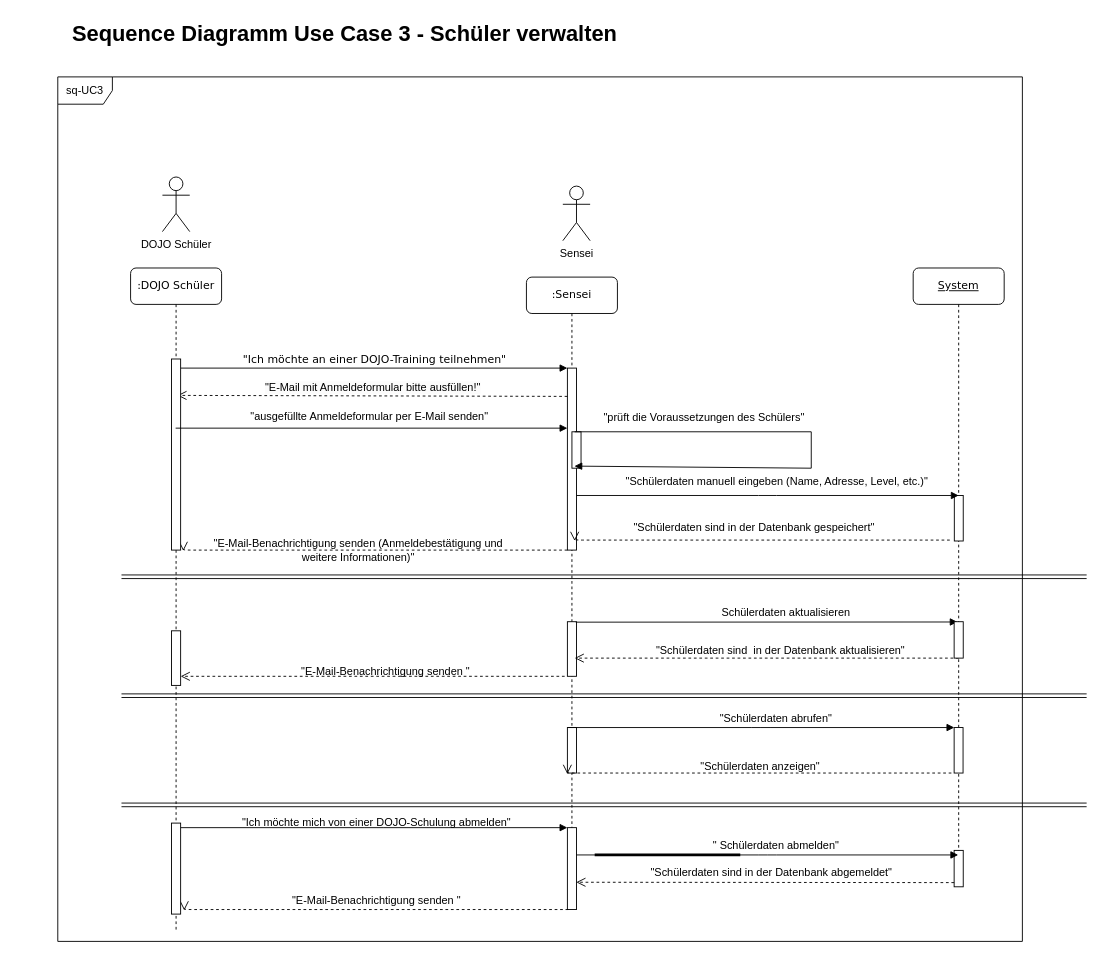
Before: Sequence Diagramm Use Case 3 - Schüler verwalten.drawio in Mikomy/Softwaremanagement-1, a draw.io diagram. Source tidied: cells renumbered, new cells numbered last; positions are measured from the earlier drawing's top-left corner, leaving out a move shared by most shapes. Both pictures are drawn from the tidied source at 91%, with x=0, y=0 at pixel (57, 15).
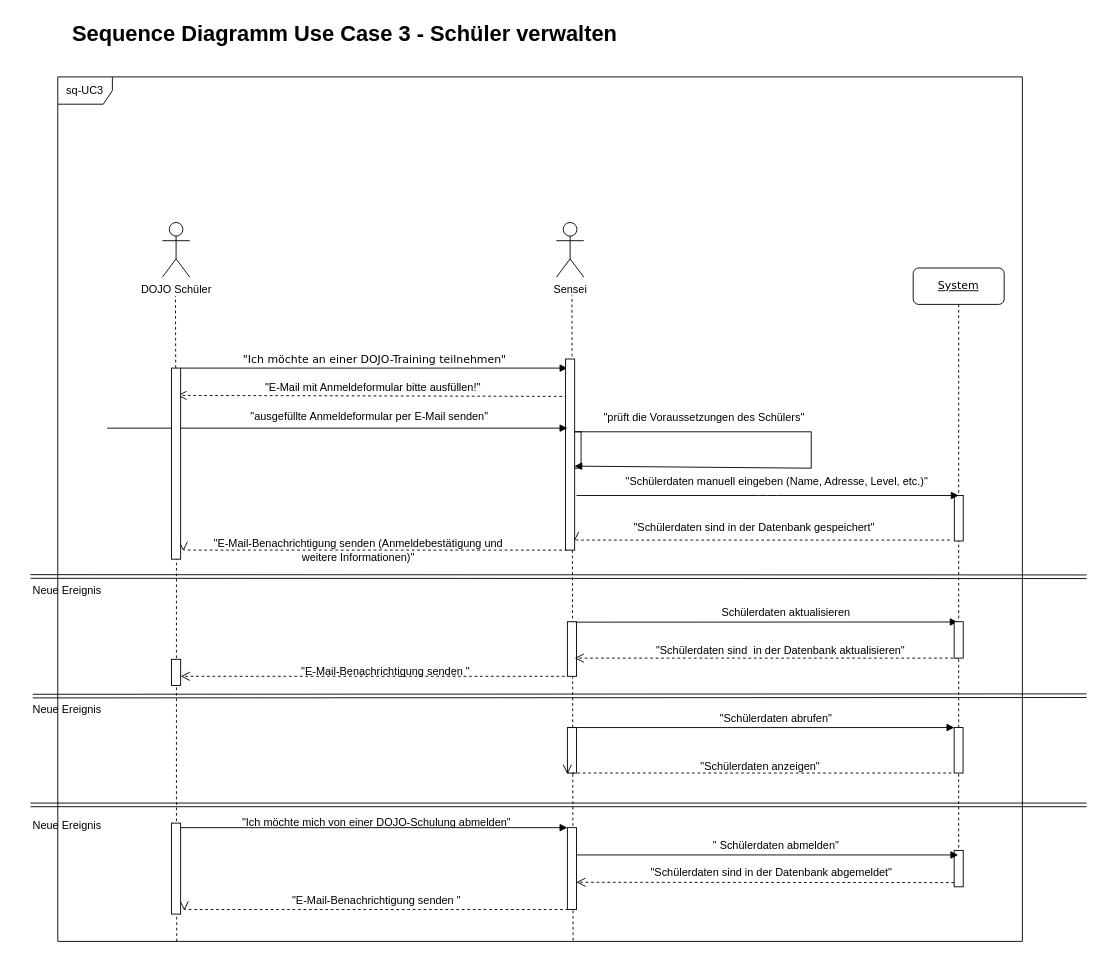
After the change.

The change refers to these unchanged cells:
```xml
<mxCell id="4" style="group;" parent="1" vertex="1">
  <mxGeometry x="490" y="127" width="512" height="830" as="geometry" />
</mxCell>
```

Change to the diagram source:
```diff
@@
-    <mxCell id="3" value="&quot;Ich möchte an einer DOJO-Training teilnehmen&quot;" style="html=1;verticalAlign=bottom;endArrow=block;entryX=0;entryY=0;labelBackgroundColor=none;fontFamily=Verdana;fontSize=12;edgeStyle=elbowEdgeStyle;elbow=vertical;" parent="1" edge="1" target="6">
+    <mxCell id="3" value="&quot;Ich möchte an einer DOJO-Training teilnehmen&quot;" style="html=1;verticalAlign=bottom;endArrow=block;entryX=0;entryY=0;labelBackgroundColor=none;fontFamily=Verdana;fontSize=12;edgeStyle=elbowEdgeStyle;elbow=vertical;" parent="1" edge="1">
       <mxGeometry relative="1" as="geometry">
         <mxPoint x="135" y="387" as="sourcePoint" />
+        <mxPoint x="560" y="387" as="targetPoint" />
       </mxGeometry>
     </mxCell>
@@
-    <mxCell id="5" value=":Sensei" style="shape=umlLifeline;perimeter=lifelinePerimeter;whiteSpace=wrap;html=1;rounded=1;shadow=0;comic=0;labelBackgroundColor=none;strokeWidth=1;fontFamily=Verdana;fontSize=12;align=center;" parent="4" vertex="1">
-      <mxGeometry x="25" y="160" width="100" height="660" as="geometry" />
-    </mxCell>
-    <mxCell id="6" style="html=1;points=[];perimeter=orthogonalPerimeter;rounded=0;shadow=0;comic=0;labelBackgroundColor=none;strokeWidth=1;fontFamily=Verdana;fontSize=12;align=center;" parent="5" vertex="1">
-      <mxGeometry x="45" y="100" width="10" height="200" as="geometry" />
-    </mxCell>
+    <mxCell id="60" style="endArrow=none;dashed=1;html=1;rounded=0;exitX=0.539;exitY=0.999;exitDx=0;exitDy=0;exitPerimeter=0;" parent="4" edge="1">
+      <mxGeometry relative="1" as="geometry">
+        <mxPoint x="76.3" y="889.1" as="sourcePoint" />
+        <mxPoint x="75" y="180" as="targetPoint" />
+      </mxGeometry>
+    </mxCell>
     <mxCell id="7" style="group;" parent="4" vertex="1">
-      <mxGeometry y="-20" width="160" height="140" as="geometry" />
+      <mxGeometry x="-7" y="10" width="160" height="140" as="geometry" />
     </mxCell>
     <mxCell id="8" value="Sensei" style="shape=umlActor;verticalLabelPosition=bottom;verticalAlign=top;html=1;" parent="7" vertex="1">
-      <mxGeometry x="65" y="80" width="30" height="60" as="geometry" />
+      <mxGeometry x="65" y="90" width="30" height="60" as="geometry" />
     </mxCell>
@@
-    <mxCell id="14" style="html=1;points=[];perimeter=orthogonalPerimeter;rounded=0;shadow=0;comic=0;labelBackgroundColor=none;strokeWidth=1;fontFamily=Verdana;fontSize=12;align=center;" parent="4" vertex="1">
-      <mxGeometry x="75" y="330" width="10" height="40" as="geometry" />
-    </mxCell>
@@
-    <mxCell id="37" style="endArrow=none;startArrow=none;endFill=0;startFill=0;endSize=8;html=1;verticalAlign=bottom;labelBackgroundColor=none;strokeWidth=3;rounded=0;" parent="4" edge="1">
-      <mxGeometry relative="1" as="geometry">
-        <mxPoint x="100" y="795" as="sourcePoint" />
-        <mxPoint x="260" y="795" as="targetPoint" />
-      </mxGeometry>
-    </mxCell>
@@
     <mxCell id="39" style="shape=link;html=1;rounded=0;" parent="4" edge="1">
       <mxGeometry relative="1" as="geometry">
-        <mxPoint x="-420" y="489.3" as="sourcePoint" />
+        <mxPoint x="-520" y="489" as="sourcePoint" />
         <mxPoint x="640.6" y="489.3" as="targetPoint" />
       </mxGeometry>
     </mxCell>
     <mxCell id="40" style="shape=link;html=1;rounded=0;" parent="4" edge="1">
       <mxGeometry relative="1" as="geometry">
-        <mxPoint x="-420" y="740" as="sourcePoint" />
+        <mxPoint x="-520" y="740" as="sourcePoint" />
         <mxPoint x="640.6" y="740" as="targetPoint" />
       </mxGeometry>
     </mxCell>
+    <mxCell id="14" style="html=1;points=[];perimeter=orthogonalPerimeter;rounded=0;shadow=0;comic=0;labelBackgroundColor=none;strokeWidth=1;fontFamily=Verdana;fontSize=12;align=center;" parent="4" vertex="1">
+      <mxGeometry x="75" y="330" width="10" height="40" as="geometry" />
+    </mxCell>
@@
-    <mxCell id="42" value=":DOJO Schüler" style="shape=umlLifeline;perimeter=lifelinePerimeter;whiteSpace=wrap;html=1;outlineConnect=0;rounded=1;shadow=0;comic=0;labelBackgroundColor=none;strokeWidth=1;fontFamily=Verdana;fontSize=12;align=center;" parent="1" vertex="1">
-      <mxGeometry x="80" y="277" width="100" height="730" as="geometry" />
-    </mxCell>
-    <mxCell id="43" style="html=1;points=[];perimeter=orthogonalPerimeter;rounded=0;shadow=0;comic=0;labelBackgroundColor=none;strokeWidth=1;fontFamily=Verdana;fontSize=12;align=center;" parent="42" vertex="1">
-      <mxGeometry x="45" y="100" width="10" height="210" as="geometry" />
-    </mxCell>
-    <mxCell id="44" style="html=1;points=[];perimeter=orthogonalPerimeter;rounded=0;shadow=0;comic=0;labelBackgroundColor=none;strokeWidth=1;fontFamily=Verdana;fontSize=12;align=center;" parent="42" vertex="1">
-      <mxGeometry x="45" y="398.7" width="10" height="60" as="geometry" />
-    </mxCell>
-    <mxCell id="45" style="html=1;points=[];perimeter=orthogonalPerimeter;rounded=0;shadow=0;comic=0;labelBackgroundColor=none;strokeWidth=1;fontFamily=Verdana;fontSize=12;align=center;" parent="42" vertex="1">
-      <mxGeometry x="45" y="610" width="10" height="100" as="geometry" />
-    </mxCell>
     <mxCell id="46" value="DOJO Schüler" style="shape=umlActor;verticalLabelPosition=bottom;verticalAlign=top;html=1;" parent="1" vertex="1">
-      <mxGeometry x="115" y="177" width="30" height="60" as="geometry" />
+      <mxGeometry x="115" y="227" width="30" height="60" as="geometry" />
     </mxCell>
     <mxCell id="47" style="group;" parent="1" vertex="1">
-      <mxGeometry x="568" y="527" width="422" height="50" as="geometry" />
+      <mxGeometry x="568" y="527" width="422" height="60" as="geometry" />
     </mxCell>
@@
+    <mxCell id="61" style="html=1;perimeter=orthogonalPerimeter;rounded=0;shadow=0;comic=0;labelBackgroundColor=none;strokeWidth=1;fontFamily=Verdana;fontSize=12;align=center;" parent="47" vertex="1">
+      <mxGeometry x="-10" y="-150" width="10" height="210" as="geometry" />
+    </mxCell>
@@
-    <mxCell id="54" style="html=1;verticalAlign=bottom;endArrow=block;curved=0;rounded=0;" parent="1" edge="1" source="42">
+    <mxCell id="54" style="html=1;verticalAlign=bottom;endArrow=block;curved=0;rounded=0;" parent="1" edge="1">
       <mxGeometry relative="1" as="geometry">
+        <mxPoint x="54.3" y="453" as="sourcePoint" />
         <mxPoint x="560" y="453" as="targetPoint" />
       </mxGeometry>
     </mxCell>
@@
-    <mxCell id="58" style="shape=link;html=1;rounded=0;" parent="1" edge="1">
+    <mxCell id="58" style="shape=link;html=1;rounded=0;exitX=0.125;exitY=0.014;exitDx=0;exitDy=0;exitPerimeter=0;" parent="1" edge="1" source="68">
       <mxGeometry relative="1" as="geometry">
-        <mxPoint x="70" y="747" as="sourcePoint" />
         <mxPoint x="1130.6" y="747" as="targetPoint" />
       </mxGeometry>
     </mxCell>
@@
+    <mxCell id="62" style="endArrow=none;dashed=1;html=1;rounded=0;exitX=0.539;exitY=0.999;exitDx=0;exitDy=0;exitPerimeter=0;" parent="1" edge="1" source="43">
+      <mxGeometry relative="1" as="geometry">
+        <mxPoint x="129.3" y="307.9" as="targetPoint" />
+      </mxGeometry>
+    </mxCell>
+    <mxCell id="63" style="endArrow=none;dashed=1;html=1;rounded=0;exitX=0.539;exitY=0.999;exitDx=0;exitDy=0;exitPerimeter=0;" parent="1" edge="1" source="44" target="43">
+      <mxGeometry relative="1" as="geometry" />
+    </mxCell>
+    <mxCell id="43" style="html=1;points=[];perimeter=orthogonalPerimeter;rounded=0;shadow=0;comic=0;labelBackgroundColor=none;strokeWidth=1;fontFamily=Verdana;fontSize=12;align=center;" parent="1" vertex="1">
+      <mxGeometry x="125" y="387" width="10" height="210" as="geometry" />
+    </mxCell>
+    <mxCell id="64" style="endArrow=none;dashed=1;html=1;rounded=0;exitX=0.539;exitY=0.999;exitDx=0;exitDy=0;exitPerimeter=0;" parent="1" edge="1" source="45" target="44">
+      <mxGeometry relative="1" as="geometry" />
+    </mxCell>
+    <mxCell id="44" style="html=1;points=[];perimeter=orthogonalPerimeter;rounded=0;shadow=0;comic=0;labelBackgroundColor=none;strokeWidth=1;fontFamily=Verdana;fontSize=12;align=center;" parent="1" vertex="1">
+      <mxGeometry x="125" y="707" width="10" height="28.7" as="geometry" />
+    </mxCell>
+    <mxCell id="65" style="endArrow=none;dashed=1;html=1;rounded=0;exitX=0.539;exitY=0.999;exitDx=0;exitDy=0;exitPerimeter=0;" parent="1" edge="1" target="45">
+      <mxGeometry relative="1" as="geometry">
+        <mxPoint x="130.7" y="1017" as="sourcePoint" />
+      </mxGeometry>
+    </mxCell>
+    <mxCell id="45" style="html=1;points=[];perimeter=orthogonalPerimeter;rounded=0;shadow=0;comic=0;labelBackgroundColor=none;strokeWidth=1;fontFamily=Verdana;fontSize=12;align=center;" parent="1" vertex="1">
+      <mxGeometry x="125" y="887" width="10" height="100" as="geometry" />
+    </mxCell>
+    <mxCell id="66" value="Neue Ereignis" style="text;html=1;align=center;verticalAlign=middle;strokeColor=none;fillColor=none;" parent="1" vertex="1">
+      <mxGeometry x="-40" y="617" width="100" height="30" as="geometry" />
+    </mxCell>
+    <mxCell id="67" style="shape=link;html=1;rounded=0;" parent="1" edge="1" target="68">
+      <mxGeometry relative="1" as="geometry">
+        <mxPoint x="-30" y="747" as="sourcePoint" />
+      </mxGeometry>
+    </mxCell>
+    <mxCell id="68" value="Neue Ereignis" style="text;html=1;align=center;verticalAlign=middle;points=[];strokeColor=none;fillColor=none;" parent="1" vertex="1">
+      <mxGeometry x="-40" y="747" width="100" height="30" as="geometry" />
+    </mxCell>
+    <mxCell id="69" value="Neue Ereignis" style="text;html=1;align=center;verticalAlign=middle;strokeColor=none;fillColor=none;" parent="1" vertex="1">
+      <mxGeometry x="-40" y="875" width="100" height="30" as="geometry" />
+    </mxCell>
```
